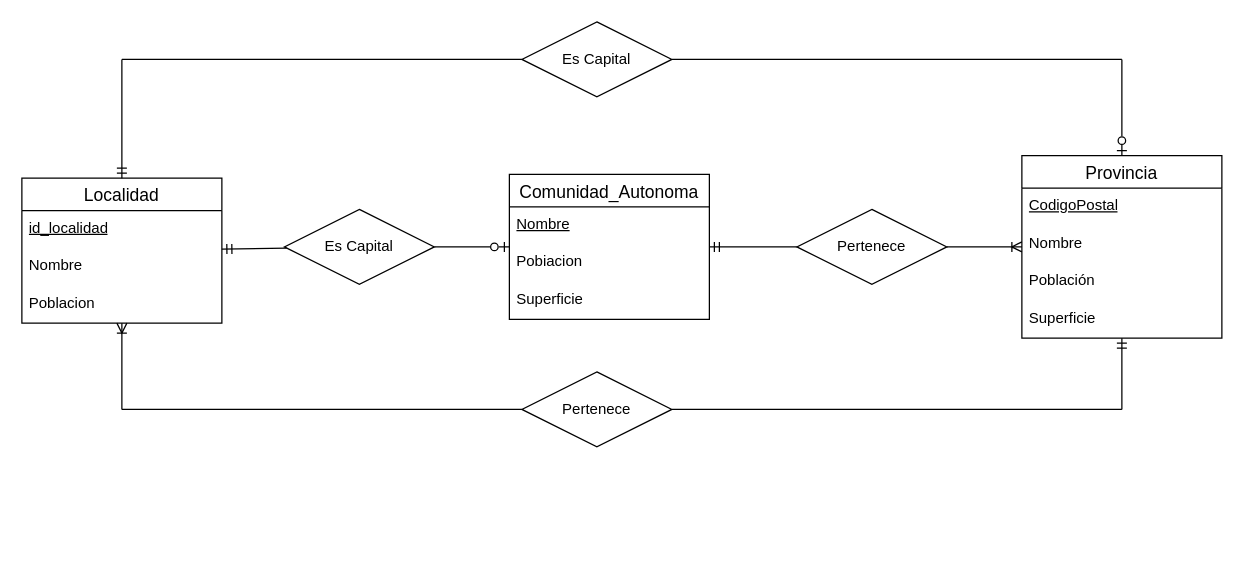
Before: Ej3.drawio in AlejandroCara/acr-tsys-modeloER-drawio-1110, a draw.io diagram. Source tidied: cells renumbered, new cells numbered last; positions are measured from the earlier drawing's top-left corner, leaving out a move shared by most shapes. Both pictures are drawn from the tidied source at 125%, with x=0, y=0 at pixel (21, 21).
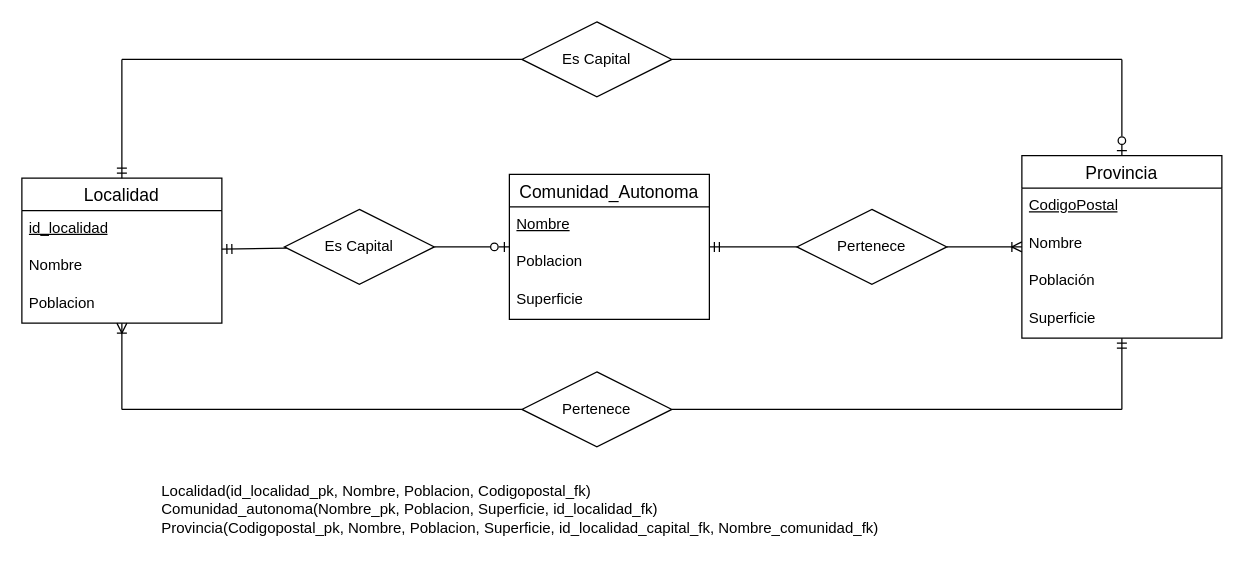
The same diagram, later.

The change refers to these unchanged cells:
```xml
<mxCell id="11" value="Comunidad_Autonoma" style="swimlane;fontStyle=0;horizontal=1;startSize=26;align=center;fontSize=14;" parent="1" vertex="1">
  <mxGeometry x="390" y="122" width="160" height="116" as="geometry" />
</mxCell>
```

What changed in the source:
```diff
@@
-    <mxCell id="13" value="Pobiacion" style="text;strokeColor=none;fillColor=none;spacingLeft=4;spacingRight=4;overflow=hidden;fontSize=12;whiteSpace=wrap;html=1;" parent="11" vertex="1">
+    <mxCell id="13" value="Poblacion" style="text;strokeColor=none;fillColor=none;spacingLeft=4;spacingRight=4;overflow=hidden;fontSize=12;whiteSpace=wrap;html=1;" parent="11" vertex="1">
       <mxGeometry y="56" width="160" height="30" as="geometry" />
     </mxCell>
@@
+    <mxCell id="31" value="Localidad(id_localidad_pk, Nombre, Poblacion, Codigopostal_fk)&lt;br&gt;Comunidad_autonoma(Nombre_pk, Poblacion, Superficie, id_localidad_fk)&lt;br&gt;Provincia(Codigopostal_pk, Nombre, Poblacion, Superficie, id_localidad_capital_fk, Nombre_comunidad_fk)" style="text;html=1;strokeColor=none;fillColor=none;align=left;verticalAlign=middle;whiteSpace=wrap;rounded=0;" parent="1" vertex="1">
+      <mxGeometry x="110" y="360" width="790" height="60" as="geometry" />
+    </mxCell>
```
